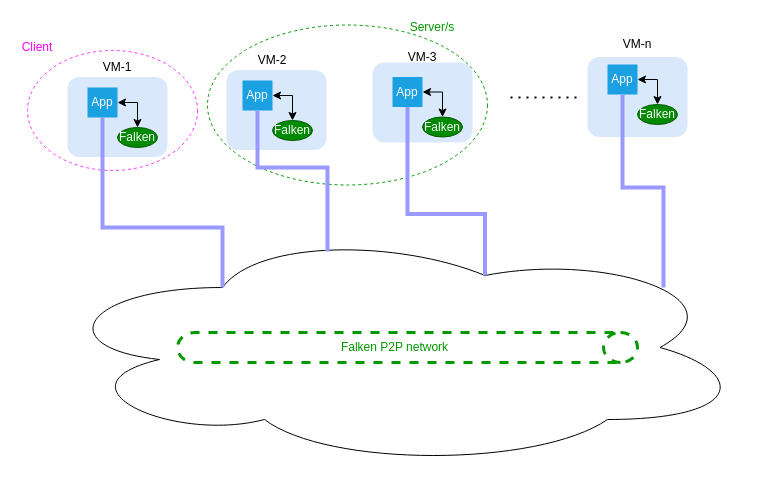
Earlier version of the draw.io diagram falken-demo-setup.drawio (sugchand/drawio). Source tidied: cells renumbered, new cells numbered last; positions are measured from the earlier drawing's top-left corner, leaving out a move shared by most shapes. Both pictures are drawn from the tidied source at 100%, with x=0, y=0 at pixel (17, 17).
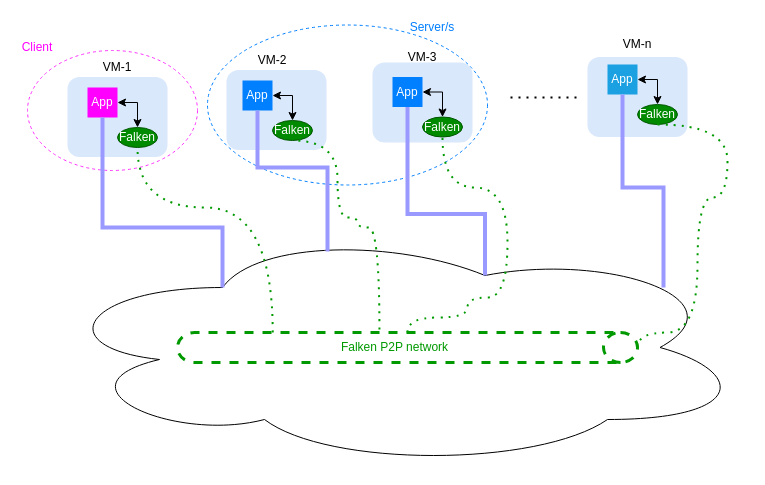
Above is the later version.

The change refers to these unchanged cells:
```xml
<mxCell id="5" value="Falken" style="ellipse;whiteSpace=wrap;html=1;fillColor=#008a00;strokeColor=#005700;fontColor=#ffffff;" parent="1" vertex="1">
  <mxGeometry x="100" y="110" width="40" height="20" as="geometry" />
</mxCell>
<mxCell id="11" value="Falken" style="ellipse;whiteSpace=wrap;html=1;fillColor=#008a00;strokeColor=#005700;fontColor=#ffffff;" parent="1" vertex="1">
  <mxGeometry x="255" y="103" width="40" height="20" as="geometry" />
</mxCell>
<mxCell id="16" value="Falken" style="ellipse;whiteSpace=wrap;html=1;fillColor=#008a00;strokeColor=#005700;fontColor=#ffffff;" parent="1" vertex="1">
  <mxGeometry x="405" y="99.5" width="40" height="20" as="geometry" />
</mxCell>
<mxCell id="22" value="Falken" style="ellipse;whiteSpace=wrap;html=1;fillColor=#008a00;strokeColor=#005700;fontColor=#ffffff;" parent="1" vertex="1">
  <mxGeometry x="620" y="87" width="40" height="20" as="geometry" />
</mxCell>
<mxCell id="28" value="&lt;font color=&quot;#009900&quot;&gt;Falken P2P network&lt;/font&gt;" style="shape=cylinder3;whiteSpace=wrap;html=1;boundedLbl=1;backgroundOutline=1;size=17;dashed=1;fillColor=none;direction=south;strokeWidth=3;strokeColor=#009900;" parent="1" vertex="1">
  <mxGeometry x="160" y="315" width="460" height="30" as="geometry" />
</mxCell>
```

Diff of the diagram source:
```diff
@@
+    <mxCell id="26" style="ellipse;whiteSpace=wrap;html=1;dashed=1;fillColor=none;strokeColor=#007FFF;" parent="1" vertex="1">
+      <mxGeometry x="190" y="7.5" width="280" height="160" as="geometry" />
+    </mxCell>
+    <mxCell id="24" style="ellipse;whiteSpace=wrap;html=1;fillColor=none;dashed=1;strokeColor=#FF33FF;" parent="1" vertex="1">
+      <mxGeometry x="10" y="33" width="170" height="120" as="geometry" />
+    </mxCell>
@@
-    <mxCell id="4" value="App" style="whiteSpace=wrap;html=1;fillColor=#1ba1e2;fontColor=#ffffff;strokeColor=none;" parent="1" vertex="1">
+    <mxCell id="4" value="App" style="whiteSpace=wrap;html=1;fontColor=#ffffff;strokeColor=none;fillColor=#FF00FF;" parent="1" vertex="1">
       <mxGeometry x="70" y="70" width="30" height="30" as="geometry" />
     </mxCell>
@@
-    <mxCell id="10" value="App" style="whiteSpace=wrap;html=1;fillColor=#1ba1e2;fontColor=#ffffff;strokeColor=none;" parent="1" vertex="1">
+    <mxCell id="10" value="App" style="whiteSpace=wrap;html=1;fontColor=#ffffff;strokeColor=none;fillColor=#007FFF;" parent="1" vertex="1">
       <mxGeometry x="225" y="63" width="30" height="30" as="geometry" />
     </mxCell>
@@
-    <mxCell id="15" value="App" style="whiteSpace=wrap;html=1;fillColor=#1ba1e2;fontColor=#ffffff;strokeColor=none;" parent="1" vertex="1">
+    <mxCell id="15" value="App" style="whiteSpace=wrap;html=1;fontColor=#ffffff;strokeColor=none;fillColor=#007FFF;" parent="1" vertex="1">
       <mxGeometry x="375" y="59.5" width="30" height="30" as="geometry" />
     </mxCell>
@@
-    <mxCell id="24" style="ellipse;whiteSpace=wrap;html=1;fillColor=none;dashed=1;strokeColor=#FF33FF;" parent="1" vertex="1">
-      <mxGeometry x="10" y="33" width="170" height="120" as="geometry" />
-    </mxCell>
@@
-    <mxCell id="26" style="ellipse;whiteSpace=wrap;html=1;dashed=1;fillColor=none;strokeColor=#009900;" parent="1" vertex="1">
-      <mxGeometry x="190" y="7.5" width="280" height="160" as="geometry" />
-    </mxCell>
-    <mxCell id="27" value="&lt;font color=&quot;#009900&quot;&gt;Server/s&lt;/font&gt;" style="text;html=1;strokeColor=none;fillColor=none;align=center;verticalAlign=middle;whiteSpace=wrap;rounded=0;dashed=1;" parent="1" vertex="1">
+    <mxCell id="27" value="&lt;font&gt;Server/s&lt;/font&gt;" style="text;html=1;align=center;verticalAlign=middle;whiteSpace=wrap;rounded=0;dashed=1;fontColor=#007FFF;" parent="1" vertex="1">
       <mxGeometry x="395" width="40" height="20" as="geometry" />
     </mxCell>
@@
+    <mxCell id="33" style="endArrow=none;dashed=1;html=1;dashPattern=1 3;strokeWidth=2;strokeColor=#009900;entryX=0.5;entryY=1;entryDx=0;entryDy=0;exitX=0;exitY=0.793;exitDx=0;exitDy=0;exitPerimeter=0;edgeStyle=orthogonalEdgeStyle;curved=1;" parent="1" edge="1" source="28" target="5">
+      <mxGeometry relative="1" as="geometry">
+        <Array as="points">
+          <mxPoint x="255" y="190" />
+          <mxPoint x="120" y="190" />
+        </Array>
+      </mxGeometry>
+    </mxCell>
+    <mxCell id="34" style="endArrow=none;dashed=1;html=1;dashPattern=1 3;strokeWidth=2;strokeColor=#009900;exitX=-0.1;exitY=0.561;exitDx=0;exitDy=0;exitPerimeter=0;edgeStyle=orthogonalEdgeStyle;curved=1;entryX=0.5;entryY=1;entryDx=0;entryDy=0;" parent="1" edge="1" source="28" target="11">
+      <mxGeometry relative="1" as="geometry">
+        <Array as="points">
+          <mxPoint x="362" y="210" />
+          <mxPoint x="340" y="210" />
+          <mxPoint x="340" y="200" />
+          <mxPoint x="320" y="200" />
+          <mxPoint x="320" y="123" />
+        </Array>
+      </mxGeometry>
+    </mxCell>
+    <mxCell id="35" style="endArrow=none;dashed=1;html=1;dashPattern=1 3;strokeWidth=2;strokeColor=#009900;exitX=0;exitY=0.5;exitDx=0;exitDy=0;exitPerimeter=0;edgeStyle=orthogonalEdgeStyle;curved=1;entryX=0.5;entryY=1;entryDx=0;entryDy=0;" parent="1" edge="1" source="28" target="16">
+      <mxGeometry relative="1" as="geometry">
+        <Array as="points">
+          <mxPoint x="390" y="300" />
+          <mxPoint x="450" y="300" />
+          <mxPoint x="450" y="280" />
+          <mxPoint x="490" y="280" />
+          <mxPoint x="490" y="170" />
+          <mxPoint x="425" y="170" />
+        </Array>
+      </mxGeometry>
+    </mxCell>
+    <mxCell id="36" style="endArrow=none;dashed=1;html=1;dashPattern=1 3;strokeWidth=2;strokeColor=#009900;edgeStyle=orthogonalEdgeStyle;curved=1;entryX=0.5;entryY=1;entryDx=0;entryDy=0;exitX=0.5;exitY=0;exitDx=0;exitDy=0;exitPerimeter=0;" parent="1" edge="1" source="28" target="22">
+      <mxGeometry relative="1" as="geometry">
+        <Array as="points">
+          <mxPoint x="620" y="315" />
+          <mxPoint x="680" y="315" />
+          <mxPoint x="680" y="180" />
+          <mxPoint x="710" y="180" />
+          <mxPoint x="710" y="107" />
+        </Array>
+      </mxGeometry>
+    </mxCell>
```
